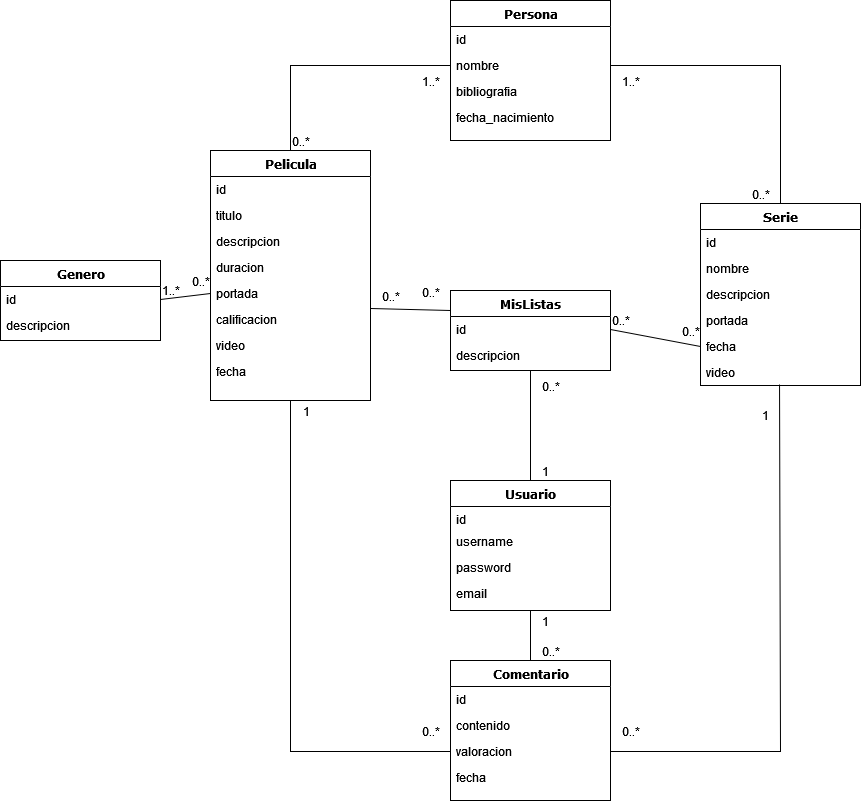
Above: img/modelo-de-dominio.png in gmbz/frro-soporte-TPI-09 (draw.io), before the change. Source tidied: cells renumbered, new cells last; positions are measured from the earlier drawing's top-left corner, leaving out a move shared by most shapes.
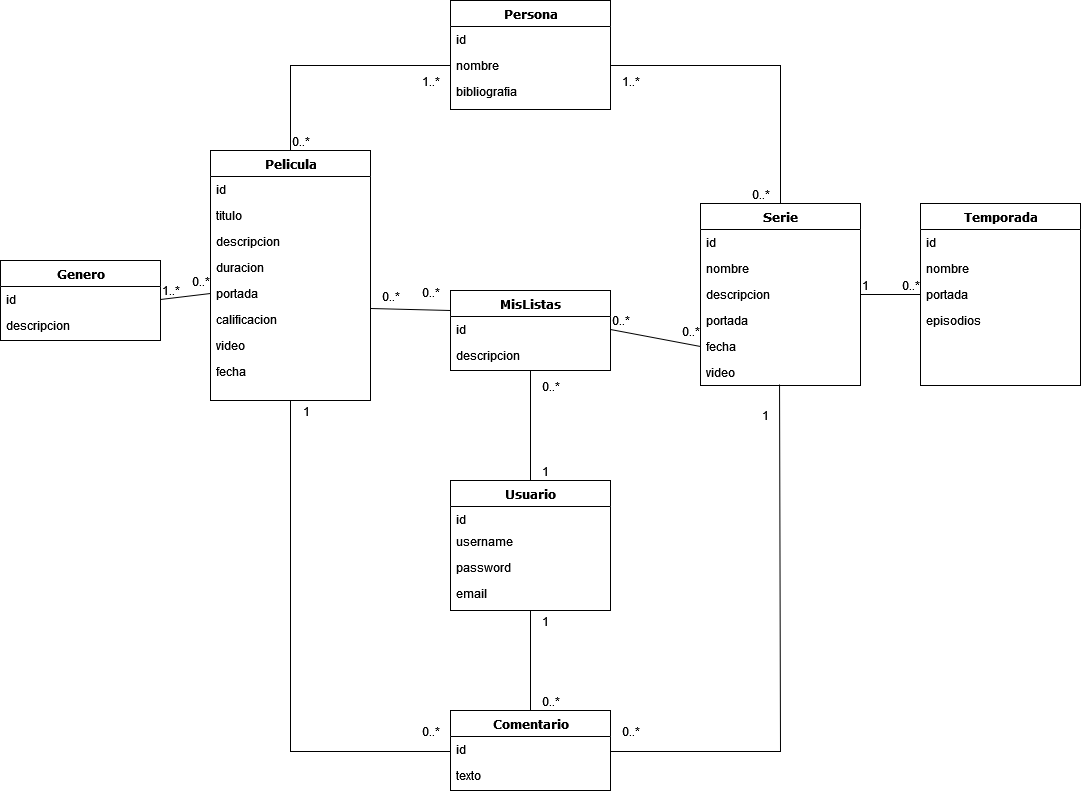
After the change.

What changed in the source:
```diff
@@ -112,20 +112,14 @@
       </mxGeometry>
     </mxCell>
     <mxCell id="35" value="Comentario" style="swimlane;html=1;fontStyle=1;align=center;verticalAlign=top;horizontal=1;startSize=26;swimlaneFillColor=#ffffff;rounded=0;shadow=0;comic=0;labelBackgroundColor=none;strokeWidth=1;fillColor=none;fontFamily=Verdana;fontSize=12;" parent="1" vertex="1">
-      <mxGeometry x="450" y="660" width="160" height="140" as="geometry" />
+      <mxGeometry x="450" y="710" width="160" height="80" as="geometry" />
     </mxCell>
     <mxCell id="36" value="id" style="text;html=1;strokeColor=none;fillColor=none;align=left;verticalAlign=top;spacingLeft=4;spacingRight=4;whiteSpace=wrap;overflow=hidden;" parent="35" vertex="1">
       <mxGeometry y="26" width="160" height="26" as="geometry" />
     </mxCell>
-    <mxCell id="37" value="contenido" style="text;html=1;strokeColor=none;fillColor=none;align=left;verticalAlign=top;spacingLeft=4;spacingRight=4;whiteSpace=wrap;overflow=hidden;" parent="35" vertex="1">
+    <mxCell id="37" value="texto" style="text;html=1;strokeColor=none;fillColor=none;align=left;verticalAlign=top;spacingLeft=4;spacingRight=4;whiteSpace=wrap;overflow=hidden;" parent="35" vertex="1">
       <mxGeometry y="52" width="160" height="26" as="geometry" />
     </mxCell>
-    <mxCell id="38" value="valoracion" style="text;html=1;strokeColor=none;fillColor=none;align=left;verticalAlign=top;spacingLeft=4;spacingRight=4;whiteSpace=wrap;overflow=hidden;points=[[0,0.5],[1,0.5]];portConstraint=eastwest;" parent="35" vertex="1">
-      <mxGeometry y="78" width="160" height="26" as="geometry" />
-    </mxCell>
-    <mxCell id="39" value="fecha" style="text;html=1;strokeColor=none;fillColor=none;align=left;verticalAlign=top;spacingLeft=4;spacingRight=4;whiteSpace=wrap;overflow=hidden;" parent="35" vertex="1">
-      <mxGeometry y="104" width="160" height="26" as="geometry" />
-    </mxCell>
     <mxCell id="40" style="endArrow=none;html=1;rounded=0;align=center;verticalAlign=top;endFill=0;labelBackgroundColor=none;entryX=0.5;entryY=0;entryDx=0;entryDy=0;exitX=0.5;exitY=1;exitDx=0;exitDy=0;" parent="1" edge="1" source="18" target="35">
       <mxGeometry relative="1" as="geometry" />
     </mxCell>
@@ -139,8 +133,9 @@
         <mxPoint x="30" as="offset" />
       </mxGeometry>
     </mxCell>
-    <mxCell id="43" style="endArrow=none;html=1;rounded=0;align=center;verticalAlign=top;endFill=0;labelBackgroundColor=none;exitX=0;exitY=0.5;exitDx=0;exitDy=0;entryX=0.5;entryY=1;entryDx=0;entryDy=0;" parent="1" edge="1" source="38" target="2">
+    <mxCell id="43" style="endArrow=none;html=1;rounded=0;align=center;verticalAlign=top;endFill=0;labelBackgroundColor=none;exitX=0;exitY=0.5;exitDx=0;exitDy=0;entryX=0.5;entryY=1;entryDx=0;entryDy=0;" parent="1" edge="1" target="2">
       <mxGeometry relative="1" as="geometry">
+        <mxPoint x="450" y="751" as="sourcePoint" />
         <Array as="points">
           <mxPoint x="290" y="751" />
         </Array>
@@ -156,8 +151,9 @@
         <mxPoint x="20" y="20" as="offset" />
       </mxGeometry>
     </mxCell>
-    <mxCell id="46" style="endArrow=none;html=1;rounded=0;align=center;verticalAlign=top;endFill=0;labelBackgroundColor=none;exitX=1;exitY=0.5;exitDx=0;exitDy=0;entryX=0.494;entryY=0.962;entryDx=0;entryDy=0;entryPerimeter=0;" parent="1" edge="1" source="38" target="17">
+    <mxCell id="46" style="endArrow=none;html=1;rounded=0;align=center;verticalAlign=top;endFill=0;labelBackgroundColor=none;exitX=1;exitY=0.5;exitDx=0;exitDy=0;entryX=0.494;entryY=0.962;entryDx=0;entryDy=0;entryPerimeter=0;" parent="1" edge="1" target="17">
       <mxGeometry relative="1" as="geometry">
+        <mxPoint x="610" y="751" as="sourcePoint" />
         <Array as="points">
           <mxPoint x="780" y="751" />
         </Array>
@@ -196,7 +192,7 @@
       </mxGeometry>
     </mxCell>
     <mxCell id="55" value="Persona" style="swimlane;html=1;fontStyle=1;align=center;verticalAlign=top;horizontal=1;startSize=26;swimlaneFillColor=#ffffff;rounded=0;shadow=0;comic=0;labelBackgroundColor=none;strokeWidth=1;fillColor=none;fontFamily=Verdana;fontSize=12;" parent="1" vertex="1">
-      <mxGeometry x="450" width="160" height="140" as="geometry" />
+      <mxGeometry x="450" width="160" height="109" as="geometry" />
     </mxCell>
     <mxCell id="56" value="id" style="text;html=1;strokeColor=none;fillColor=none;align=left;verticalAlign=top;spacingLeft=4;spacingRight=4;whiteSpace=wrap;overflow=hidden;" parent="55" vertex="1">
       <mxGeometry y="26" width="160" height="26" as="geometry" />
@@ -207,9 +203,6 @@
     <mxCell id="58" value="bibliografia" style="text;html=1;strokeColor=none;fillColor=none;align=left;verticalAlign=top;spacingLeft=4;spacingRight=4;whiteSpace=wrap;overflow=hidden;" parent="55" vertex="1">
       <mxGeometry y="78" width="160" height="26" as="geometry" />
     </mxCell>
-    <mxCell id="59" value="fecha_nacimiento" style="text;html=1;strokeColor=none;fillColor=none;align=left;verticalAlign=top;spacingLeft=4;spacingRight=4;whiteSpace=wrap;overflow=hidden;" parent="55" vertex="1">
-      <mxGeometry y="104" width="160" height="26" as="geometry" />
-    </mxCell>
     <mxCell id="60" style="endArrow=none;html=1;rounded=0;align=center;verticalAlign=top;endFill=0;labelBackgroundColor=none;entryX=0;entryY=0.5;entryDx=0;entryDy=0;exitX=0.5;exitY=0;exitDx=0;exitDy=0;" parent="1" edge="1" source="2" target="57">
       <mxGeometry relative="1" as="geometry">
         <Array as="points">
@@ -242,5 +235,29 @@
         <mxPoint x="30" y="25" as="offset" />
       </mxGeometry>
     </mxCell>
+    <mxCell id="66" value="Temporada" style="swimlane;html=1;fontStyle=1;align=center;verticalAlign=top;horizontal=1;startSize=26;swimlaneFillColor=#ffffff;rounded=0;shadow=0;comic=0;labelBackgroundColor=none;strokeWidth=1;fillColor=none;fontFamily=Verdana;fontSize=12;" parent="1" vertex="1">
+      <mxGeometry x="920" y="203" width="160" height="182" as="geometry" />
+    </mxCell>
+    <mxCell id="67" value="id" style="text;html=1;strokeColor=none;fillColor=none;align=left;verticalAlign=top;spacingLeft=4;spacingRight=4;whiteSpace=wrap;overflow=hidden;" parent="66" vertex="1">
+      <mxGeometry y="26" width="160" height="26" as="geometry" />
+    </mxCell>
+    <mxCell id="68" value="nombre" style="text;html=1;strokeColor=none;fillColor=none;align=left;verticalAlign=top;spacingLeft=4;spacingRight=4;whiteSpace=wrap;overflow=hidden;" parent="66" vertex="1">
+      <mxGeometry y="52" width="160" height="26" as="geometry" />
+    </mxCell>
+    <mxCell id="69" value="portada" style="text;html=1;strokeColor=none;fillColor=none;align=left;verticalAlign=top;spacingLeft=4;spacingRight=4;whiteSpace=wrap;overflow=hidden;" parent="66" vertex="1">
+      <mxGeometry y="78" width="160" height="26" as="geometry" />
+    </mxCell>
+    <mxCell id="70" value="episodios" style="text;html=1;strokeColor=none;fillColor=none;align=left;verticalAlign=top;spacingLeft=4;spacingRight=4;whiteSpace=wrap;overflow=hidden;" parent="66" vertex="1">
+      <mxGeometry y="104" width="160" height="26" as="geometry" />
+    </mxCell>
+    <mxCell id="71" style="endArrow=none;html=1;rounded=0;align=center;verticalAlign=top;endFill=0;labelBackgroundColor=none;entryX=0;entryY=0.5;entryDx=0;entryDy=0;exitX=1;exitY=0.5;exitDx=0;exitDy=0;" parent="1" edge="1" source="14" target="66">
+      <mxGeometry relative="1" as="geometry" />
+    </mxCell>
+    <mxCell id="72" value="1" style="html=1;align=left;verticalAlign=bottom;labelBackgroundColor=none;" parent="71" vertex="1">
+      <mxGeometry x="-1" relative="1" as="geometry" />
+    </mxCell>
+    <mxCell id="73" value="0..*" style="html=1;align=left;verticalAlign=bottom;labelBackgroundColor=none;" parent="1" vertex="1">
+      <mxGeometry x="900" y="294" as="geometry" />
+    </mxCell>
   </root>
 </mxGraphModel>
```
